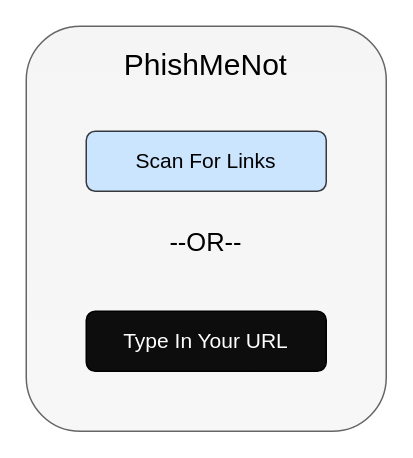
azhbbx3/PhishMeNot keeps this draw.io diagram as Untitled Diagram.drawio. Above is the earlier version. Source tidied: cells renumbered, new cells numbered last; positions are measured from the earlier drawing's top-left corner, leaving out a move shared by most shapes. Both pictures are drawn from the tidied source at 150%, with x=0, y=0 at pixel (26, 26).
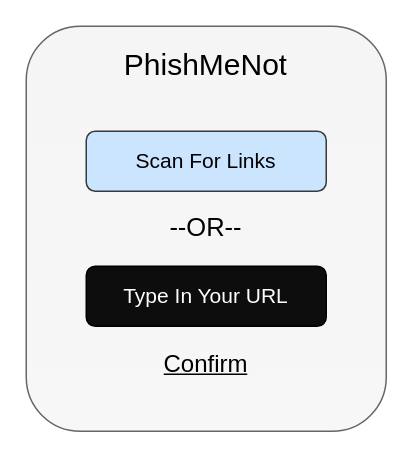
The same page after the edit.

Change to the diagram source:
```diff
@@
 <mxGraphModel>
   <root>
     <mxCell id="0" />
     <mxCell id="1" parent="0" />
     <mxCell id="2" style="rounded=1;whiteSpace=wrap;html=1;fillColor=#f5f5f5;gradientColor=#F7F7F7;strokeColor=#666666;" parent="1" vertex="1">
       <mxGeometry width="240" height="270" as="geometry" />
     </mxCell>
     <mxCell id="3" value="&lt;font style=&quot;font-size: 20px;&quot;&gt;PhishMeNot&lt;/font&gt;" style="text;strokeColor=none;fillColor=none;align=center;verticalAlign=middle;spacingLeft=4;spacingRight=4;overflow=hidden;whiteSpace=wrap;html=1;" parent="1" vertex="1">
       <mxGeometry x="55" y="10" width="130" height="30" as="geometry" />
     </mxCell>
     <mxCell id="4" style="rounded=1;whiteSpace=wrap;html=1;fillColor=#cce5ff;strokeColor=#36393d;" parent="1" vertex="1">
       <mxGeometry x="40" y="70" width="160" height="40" as="geometry" />
     </mxCell>
     <mxCell id="5" value="&lt;font style=&quot;font-size: 14px;&quot;&gt;Scan For Links&lt;/font&gt;" style="text;strokeColor=none;fillColor=none;align=center;verticalAlign=middle;spacingLeft=4;spacingRight=4;overflow=hidden;whiteSpace=wrap;html=1;" parent="1" vertex="1">
       <mxGeometry x="60" y="75" width="120" height="30" as="geometry" />
     </mxCell>
     <mxCell id="6" value="&lt;font style=&quot;font-size: 17px;&quot;&gt;--OR--&lt;/font&gt;" style="text;strokeColor=none;fillColor=none;align=center;verticalAlign=middle;spacingLeft=4;spacingRight=4;overflow=hidden;whiteSpace=wrap;html=1;" parent="1" vertex="1">
-      <mxGeometry x="80" y="130" width="80" height="30" as="geometry" />
+      <mxGeometry x="80" y="120" width="80" height="30" as="geometry" />
     </mxCell>
     <mxCell id="7" style="rounded=1;whiteSpace=wrap;html=1;fillColor=#0D0D0D;" parent="1" vertex="1">
-      <mxGeometry x="40" y="190" width="160" height="40" as="geometry" />
+      <mxGeometry x="40" y="160" width="160" height="40" as="geometry" />
     </mxCell>
     <mxCell id="8" value="&lt;font color=&quot;#ffffff&quot; style=&quot;font-size: 14px;&quot;&gt;Type In Your URL&lt;/font&gt;" style="text;strokeColor=none;fillColor=none;align=center;verticalAlign=middle;spacingLeft=4;spacingRight=4;overflow=hidden;whiteSpace=wrap;html=1;" parent="1" vertex="1">
-      <mxGeometry x="60" y="195" width="120" height="30" as="geometry" />
+      <mxGeometry x="60" y="165" width="120" height="30" as="geometry" />
     </mxCell>
+    <mxCell id="9" value="&lt;font style=&quot;font-size: 16px;&quot;&gt;&lt;u&gt;Confirm&lt;/u&gt;&lt;/font&gt;" style="text;strokeColor=none;fillColor=none;align=center;verticalAlign=middle;spacingLeft=4;spacingRight=4;overflow=hidden;whiteSpace=wrap;html=1;" parent="1" vertex="1">
+      <mxGeometry x="80" y="210" width="80" height="30" as="geometry" />
+    </mxCell>
   </root>
 </mxGraphModel>
```
